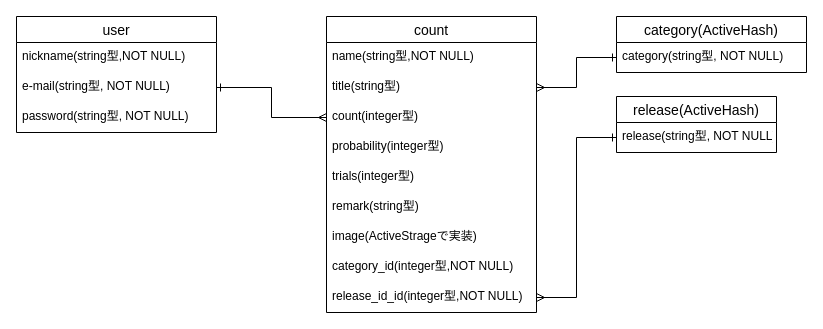
Earlier version of the draw.io diagram ER図.dio (akira30866/count-30866). Source tidied: cells renumbered, new cells numbered last; positions are measured from the earlier drawing's top-left corner, leaving out a move shared by most shapes. Both pictures are drawn from the tidied source at 100%, with x=0, y=0 at pixel (16, 16).
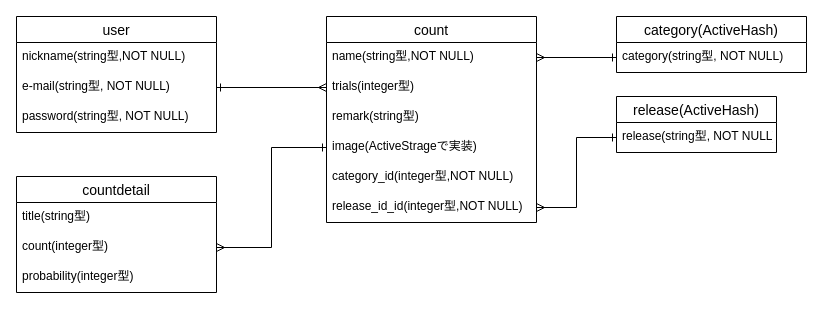
The same diagram, later.

Commit message (it also covers changes not shown here):
ER図・ReadMeの修正

nested_form_forを使用するため修正

Unchanged cells that the change refers to:
```xml
<mxCell id="4" value="e-mail(string型, NOT NULL)" style="text;strokeColor=none;fillColor=none;spacingLeft=4;spacingRight=4;overflow=hidden;points=[[0,0.5],[1,0.5]];portConstraint=eastwest;fontSize=12;" parent="2" vertex="1">
  <mxGeometry y="56" width="200" height="30" as="geometry" />
</mxCell>
<mxCell id="7" value="name(string型,NOT NULL)" style="text;strokeColor=none;fillColor=none;spacingLeft=4;spacingRight=4;overflow=hidden;points=[[0,0.5],[1,0.5]];portConstraint=eastwest;fontSize=12;" parent="6" vertex="1">
  <mxGeometry y="26" width="210" height="30" as="geometry" />
</mxCell>
<mxCell id="17" value="category(string型, NOT NULL)" style="text;strokeColor=none;fillColor=none;spacingLeft=4;spacingRight=4;overflow=hidden;points=[[0,0.5],[1,0.5]];portConstraint=eastwest;fontSize=12;" parent="16" vertex="1">
  <mxGeometry y="26" width="190" height="30" as="geometry" />
</mxCell>
```

The edit, as a diff of the source:
```diff
@@
     <mxCell id="6" value="count" style="swimlane;fontStyle=0;horizontal=1;startSize=26;align=center;fontSize=14;" parent="1" vertex="1">
-      <mxGeometry x="310" width="210" height="296" as="geometry" />
+      <mxGeometry x="310" width="210" height="206" as="geometry" />
     </mxCell>
@@
-    <mxCell id="8" value="title(string型)" style="text;strokeColor=none;fillColor=none;spacingLeft=4;spacingRight=4;overflow=hidden;points=[[0,0.5],[1,0.5]];portConstraint=eastwest;fontSize=12;" parent="6" vertex="1">
-      <mxGeometry y="56" width="210" height="30" as="geometry" />
-    </mxCell>
-    <mxCell id="9" value="count(integer型)" style="text;strokeColor=none;fillColor=none;spacingLeft=4;spacingRight=4;overflow=hidden;points=[[0,0.5],[1,0.5]];portConstraint=eastwest;fontSize=12;" parent="6" vertex="1">
-      <mxGeometry y="86" width="210" height="30" as="geometry" />
-    </mxCell>
-    <mxCell id="10" value="probability(integer型)" style="text;strokeColor=none;fillColor=none;spacingLeft=4;spacingRight=4;overflow=hidden;fontSize=12;" parent="6" vertex="1">
-      <mxGeometry y="116" width="210" height="30" as="geometry" />
-    </mxCell>
     <mxCell id="11" value="trials(integer型)" style="text;strokeColor=none;fillColor=none;spacingLeft=4;spacingRight=4;overflow=hidden;points=[[0,0.5],[1,0.5]];portConstraint=eastwest;fontSize=12;" parent="6" vertex="1">
-      <mxGeometry y="146" width="210" height="30" as="geometry" />
+      <mxGeometry y="56" width="210" height="30" as="geometry" />
     </mxCell>
     <mxCell id="12" value="remark(string型)" style="text;strokeColor=none;fillColor=none;spacingLeft=4;spacingRight=4;overflow=hidden;fontSize=12;" parent="6" vertex="1">
-      <mxGeometry y="176" width="210" height="30" as="geometry" />
+      <mxGeometry y="86" width="210" height="30" as="geometry" />
     </mxCell>
     <mxCell id="13" value="image(ActiveStrageで実装)" style="text;strokeColor=none;fillColor=none;spacingLeft=4;spacingRight=4;overflow=hidden;points=[[0,0.5],[1,0.5]];portConstraint=eastwest;fontSize=12;" parent="6" vertex="1">
-      <mxGeometry y="206" width="210" height="30" as="geometry" />
+      <mxGeometry y="116" width="210" height="30" as="geometry" />
     </mxCell>
     <mxCell id="14" value="category_id(integer型,NOT NULL)" style="text;strokeColor=none;fillColor=none;spacingLeft=4;spacingRight=4;overflow=hidden;fontSize=12;" parent="6" vertex="1">
-      <mxGeometry y="236" width="210" height="30" as="geometry" />
+      <mxGeometry y="146" width="210" height="30" as="geometry" />
     </mxCell>
     <mxCell id="15" value="release_id_id(integer型,NOT NULL)" style="text;strokeColor=none;fillColor=none;spacingLeft=4;spacingRight=4;overflow=hidden;points=[[0,0.5],[1,0.5]];portConstraint=eastwest;fontSize=12;" parent="6" vertex="1">
-      <mxGeometry y="266" width="210" height="30" as="geometry" />
+      <mxGeometry y="176" width="210" height="30" as="geometry" />
     </mxCell>
@@
-    <mxCell id="18" style="edgeStyle=orthogonalEdgeStyle;rounded=0;jettySize=auto;html=1;exitX=1;exitY=0.5;exitDx=0;exitDy=0;entryX=0;entryY=0.5;entryDx=0;entryDy=0;endArrow=ERmany;endFill=0;startArrow=ERone;startFill=0;" parent="1" edge="1" source="4" target="9">
-      <mxGeometry relative="1" as="geometry" />
-    </mxCell>
-    <mxCell id="19" style="edgeStyle=orthogonalEdgeStyle;rounded=0;jettySize=auto;html=1;exitX=0;exitY=0.5;exitDx=0;exitDy=0;entryX=1;entryY=0.5;entryDx=0;entryDy=0;startArrow=ERone;startFill=0;endArrow=ERmany;endFill=0;" parent="1" edge="1" source="17" target="8">
-      <mxGeometry relative="1" as="geometry" />
-    </mxCell>
@@
+    <mxCell id="23" value="countdetail" style="swimlane;fontStyle=0;horizontal=1;startSize=26;align=center;fontSize=14;" parent="1" vertex="1">
+      <mxGeometry y="160" width="200" height="116" as="geometry" />
+    </mxCell>
+    <mxCell id="8" value="title(string型)" style="text;strokeColor=none;fillColor=none;spacingLeft=4;spacingRight=4;overflow=hidden;points=[[0,0.5],[1,0.5]];portConstraint=eastwest;fontSize=12;" parent="23" vertex="1">
+      <mxGeometry y="26" width="200" height="30" as="geometry" />
+    </mxCell>
+    <mxCell id="9" value="count(integer型)" style="text;strokeColor=none;fillColor=none;spacingLeft=4;spacingRight=4;overflow=hidden;points=[[0,0.5],[1,0.5]];portConstraint=eastwest;fontSize=12;" parent="23" vertex="1">
+      <mxGeometry y="56" width="200" height="30" as="geometry" />
+    </mxCell>
+    <mxCell id="10" value="probability(integer型)" style="text;strokeColor=none;fillColor=none;spacingLeft=4;spacingRight=4;overflow=hidden;fontSize=12;" parent="23" vertex="1">
+      <mxGeometry y="86" width="200" height="30" as="geometry" />
+    </mxCell>
+    <mxCell id="24" style="edgeStyle=orthogonalEdgeStyle;rounded=0;jettySize=auto;html=1;exitX=1;exitY=0.5;exitDx=0;exitDy=0;entryX=0;entryY=0.5;entryDx=0;entryDy=0;endArrow=ERmany;endFill=0;startArrow=ERone;startFill=0;" parent="1" edge="1" source="4" target="11">
+      <mxGeometry relative="1" as="geometry" />
+    </mxCell>
+    <mxCell id="25" style="edgeStyle=orthogonalEdgeStyle;rounded=0;jettySize=auto;html=1;exitX=0;exitY=0.5;exitDx=0;exitDy=0;entryX=1;entryY=0.5;entryDx=0;entryDy=0;startArrow=ERone;startFill=0;endArrow=ERmany;endFill=0;" parent="1" edge="1" source="17" target="7">
+      <mxGeometry relative="1" as="geometry" />
+    </mxCell>
+    <mxCell id="26" style="edgeStyle=orthogonalEdgeStyle;rounded=0;jettySize=auto;html=1;exitX=0;exitY=0.5;exitDx=0;exitDy=0;entryX=1;entryY=0.5;entryDx=0;entryDy=0;startArrow=ERone;startFill=0;endArrow=ERmany;endFill=0;" parent="1" edge="1" source="13" target="9">
+      <mxGeometry relative="1" as="geometry" />
+    </mxCell>
```
